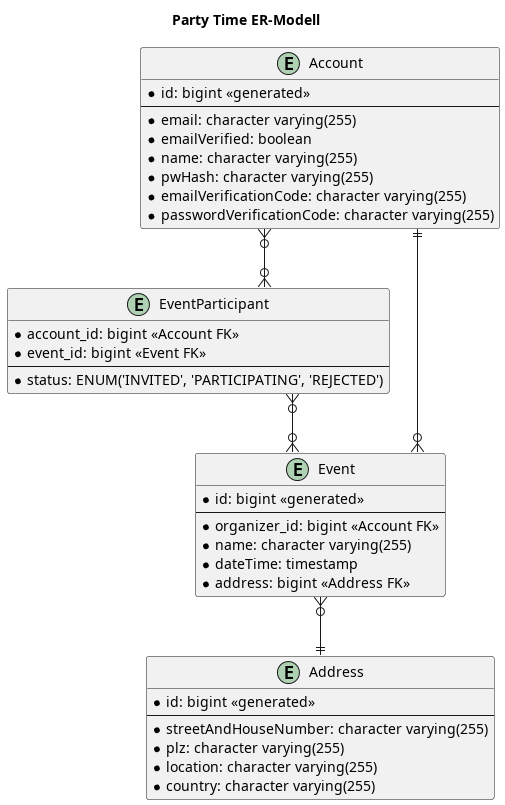
The PlantUML diagram docs/PNG/ER-Modell/er-model.png in party-time-2/party-time, before a commit.
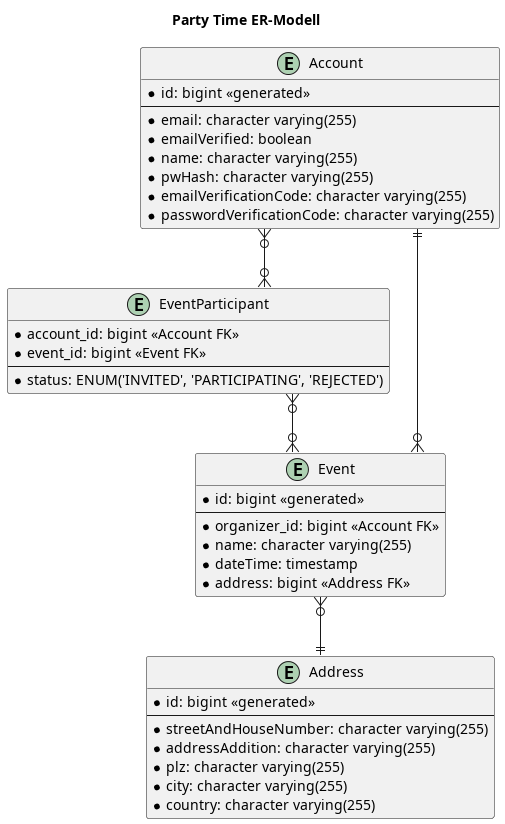
The same diagram one commit later.

Diff of the diagram source:
```diff
@@ -33,8 +33,9 @@
     * id: bigint <<generated>>
     --
     * streetAndHouseNumber: character varying(255)
+    * addressAddition: character varying(255)
     * plz: character varying(255)
-    * location: character varying(255)
+    * city: character varying(255)
     * country: character varying(255)
 }
 
```
